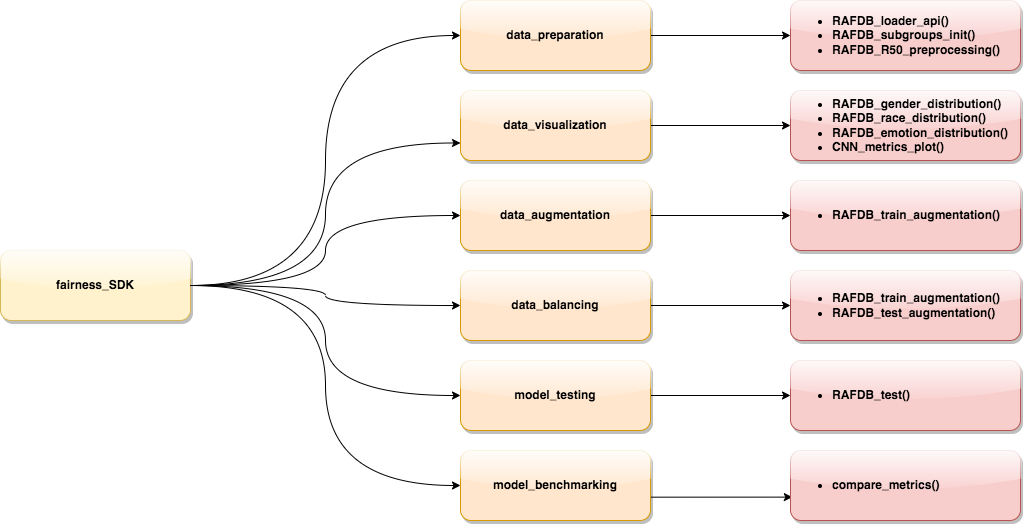
wajihmghazli/fairness_sdk keeps this draw.io diagram as fairness.png. Above is the earlier version. Source tidied: cells renumbered, new cells last; positions are measured from the earlier drawing's top-left corner, leaving out a move shared by most shapes.
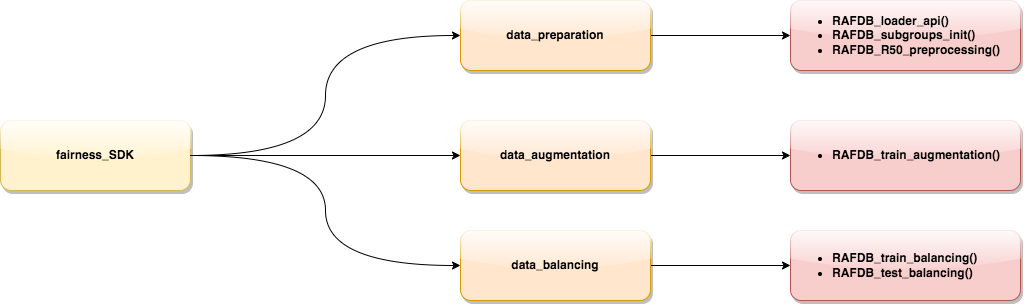
The same diagram one commit later.

Diff of the diagram source:
```diff
@@ -12,7 +12,7 @@
       <mxGeometry relative="1" as="geometry" />
     </mxCell>
     <mxCell id="5" value="&lt;b&gt;data_preparation&lt;/b&gt;" style="rounded=1;whiteSpace=wrap;html=1;fillColor=#ffe6cc;strokeColor=#d79b00;glass=1;shadow=1;" parent="1" vertex="1">
-      <mxGeometry x="460" width="190" height="70" as="geometry" />
+      <mxGeometry x="460" y="130" width="190" height="70" as="geometry" />
     </mxCell>
     <mxCell id="6" style="edgeStyle=orthogonalEdgeStyle;jettySize=auto;html=1;exitX=1;exitY=0.5;exitDx=0;exitDy=0;entryX=0;entryY=0.5;entryDx=0;entryDy=0;curved=1;" parent="1" edge="1" source="3" target="8">
       <mxGeometry relative="1" as="geometry" />
@@ -21,48 +21,17 @@
       <mxGeometry relative="1" as="geometry" />
     </mxCell>
     <mxCell id="8" value="&lt;b&gt;data_balancing&lt;/b&gt;" style="rounded=1;whiteSpace=wrap;html=1;fillColor=#ffe6cc;strokeColor=#d79b00;glass=1;shadow=1;" parent="1" vertex="1">
-      <mxGeometry x="460" y="270" width="190" height="70" as="geometry" />
+      <mxGeometry x="460" y="360" width="190" height="70" as="geometry" />
     </mxCell>
-    <mxCell id="9" style="edgeStyle=orthogonalEdgeStyle;jettySize=auto;html=1;exitX=1;exitY=0.5;exitDx=0;exitDy=0;entryX=0;entryY=0.5;entryDx=0;entryDy=0;curved=1;" parent="1" edge="1" source="3" target="11">
-      <mxGeometry relative="1" as="geometry" />
-    </mxCell>
-    <mxCell id="10" style="edgeStyle=orthogonalEdgeStyle;rounded=0;jettySize=auto;html=1;exitX=1;exitY=0.75;exitDx=0;exitDy=0;entryX=0.008;entryY=0.666;entryDx=0;entryDy=0;entryPerimeter=0;" parent="1" edge="1" source="11" target="17">
-      <mxGeometry relative="1" as="geometry">
-        <Array as="points">
-          <mxPoint x="650" y="497" />
-        </Array>
-      </mxGeometry>
-    </mxCell>
-    <mxCell id="11" value="&lt;b&gt;model_benchmarking&lt;/b&gt;" style="rounded=1;whiteSpace=wrap;html=1;fillColor=#ffe6cc;strokeColor=#d79b00;glass=1;shadow=1;" parent="1" vertex="1">
-      <mxGeometry x="460" y="450" width="190" height="70" as="geometry" />
-    </mxCell>
     <mxCell id="12" value="&lt;ul&gt;&lt;li&gt;&lt;b&gt;RAFDB_loader_api()&lt;/b&gt;&lt;/li&gt;&lt;li&gt;&lt;b&gt;RAFDB_subgroups_init()&lt;/b&gt;&lt;/li&gt;&lt;li&gt;&lt;b&gt;RAFDB_R50_preprocessing()&lt;/b&gt;&lt;/li&gt;&lt;/ul&gt;" style="rounded=1;whiteSpace=wrap;html=1;align=left;fillColor=#f8cecc;strokeColor=#b85450;glass=1;shadow=1;" parent="1" vertex="1">
-      <mxGeometry x="790" width="230" height="70" as="geometry" />
+      <mxGeometry x="790" y="130" width="230" height="70" as="geometry" />
     </mxCell>
-    <mxCell id="13" value="&lt;ul&gt;&lt;li&gt;&lt;b&gt;RAFDB_gender_distribution()&lt;/b&gt;&lt;/li&gt;&lt;li style=&quot;border-color: var(--border-color);&quot;&gt;&lt;b&gt;RAFDB_race_distribution()&lt;/b&gt;&lt;/li&gt;&lt;li style=&quot;border-color: var(--border-color);&quot;&gt;&lt;b&gt;RAFDB_emotion_distribution()&lt;/b&gt;&lt;/li&gt;&lt;li style=&quot;border-color: var(--border-color);&quot;&gt;&lt;b&gt;CNN_metrics_plot()&lt;/b&gt;&lt;/li&gt;&lt;/ul&gt;" style="rounded=1;whiteSpace=wrap;html=1;align=left;fillColor=#f8cecc;strokeColor=#b85450;glass=1;shadow=1;" parent="1" vertex="1">
-      <mxGeometry x="790" y="90" width="230" height="70" as="geometry" />
-    </mxCell>
     <mxCell id="14" value="&lt;ul&gt;&lt;li&gt;&lt;span style=&quot;background-color: initial;&quot;&gt;&lt;b&gt;RAFDB_train_augmentation()&lt;/b&gt;&lt;/span&gt;&lt;/li&gt;&lt;/ul&gt;" style="rounded=1;whiteSpace=wrap;html=1;align=left;fillColor=#f8cecc;strokeColor=#b85450;glass=1;shadow=1;" parent="1" vertex="1">
-      <mxGeometry x="790" y="180" width="230" height="70" as="geometry" />
+      <mxGeometry x="790" y="250" width="230" height="70" as="geometry" />
     </mxCell>
-    <mxCell id="15" value="&lt;ul&gt;&lt;li&gt;&lt;b&gt;RAFDB_train_augmentation()&lt;/b&gt;&lt;/li&gt;&lt;li&gt;&lt;b&gt;RAFDB_test_augmentation()&lt;/b&gt;&lt;/li&gt;&lt;/ul&gt;" style="rounded=1;whiteSpace=wrap;html=1;align=left;fillColor=#f8cecc;strokeColor=#b85450;glass=1;shadow=1;" parent="1" vertex="1">
-      <mxGeometry x="790" y="270" width="230" height="70" as="geometry" />
+    <mxCell id="15" value="&lt;ul&gt;&lt;li&gt;&lt;b&gt;RAFDB_train_balancing()&lt;/b&gt;&lt;/li&gt;&lt;li&gt;&lt;b&gt;RAFDB_test_balancing()&lt;/b&gt;&lt;/li&gt;&lt;/ul&gt;" style="rounded=1;whiteSpace=wrap;html=1;align=left;fillColor=#f8cecc;strokeColor=#b85450;glass=1;shadow=1;" parent="1" vertex="1">
+      <mxGeometry x="790" y="360" width="230" height="70" as="geometry" />
     </mxCell>
-    <mxCell id="16" value="&lt;ul&gt;&lt;li&gt;&lt;span style=&quot;background-color: initial;&quot;&gt;&lt;b&gt;RAFDB_test()&lt;/b&gt;&lt;/span&gt;&lt;br&gt;&lt;/li&gt;&lt;/ul&gt;" style="rounded=1;whiteSpace=wrap;html=1;align=left;fillColor=#f8cecc;strokeColor=#b85450;glass=1;shadow=1;" parent="1" vertex="1">
-      <mxGeometry x="790" y="360" width="230" height="70" as="geometry" />
-    </mxCell>
-    <mxCell id="17" value="&lt;ul&gt;&lt;li&gt;&lt;b&gt;compare_metrics()&lt;/b&gt;&lt;/li&gt;&lt;/ul&gt;" style="rounded=1;whiteSpace=wrap;html=1;align=left;fillColor=#f8cecc;strokeColor=#b85450;glass=1;shadow=1;" parent="1" vertex="1">
-      <mxGeometry x="790" y="450" width="230" height="70" as="geometry" />
-    </mxCell>
-    <mxCell id="18" style="edgeStyle=orthogonalEdgeStyle;jettySize=auto;html=1;exitX=1;exitY=0.5;exitDx=0;exitDy=0;entryX=0;entryY=0.75;entryDx=0;entryDy=0;curved=1;" parent="1" edge="1" source="3" target="20">
-      <mxGeometry relative="1" as="geometry" />
-    </mxCell>
-    <mxCell id="19" style="edgeStyle=orthogonalEdgeStyle;rounded=0;jettySize=auto;html=1;exitX=1;exitY=0.5;exitDx=0;exitDy=0;" parent="1" edge="1" source="20" target="13">
-      <mxGeometry relative="1" as="geometry" />
-    </mxCell>
-    <mxCell id="20" value="&lt;b&gt;data_visualization&lt;/b&gt;" style="rounded=1;whiteSpace=wrap;html=1;fillColor=#ffe6cc;strokeColor=#d79b00;glass=1;shadow=1;" parent="1" vertex="1">
-      <mxGeometry x="460" y="90" width="190" height="70" as="geometry" />
-    </mxCell>
     <mxCell id="21" style="edgeStyle=orthogonalEdgeStyle;jettySize=auto;html=1;exitX=1;exitY=0.5;exitDx=0;exitDy=0;entryX=0;entryY=0.5;entryDx=0;entryDy=0;curved=1;" parent="1" edge="1" source="3" target="23">
       <mxGeometry relative="1" as="geometry" />
     </mxCell>
@@ -70,16 +39,7 @@
       <mxGeometry relative="1" as="geometry" />
     </mxCell>
     <mxCell id="23" value="&lt;b&gt;data_augmentation&lt;/b&gt;" style="rounded=1;whiteSpace=wrap;html=1;fillColor=#ffe6cc;strokeColor=#d79b00;glass=1;shadow=1;" parent="1" vertex="1">
-      <mxGeometry x="460" y="180" width="190" height="70" as="geometry" />
+      <mxGeometry x="460" y="250" width="190" height="70" as="geometry" />
     </mxCell>
-    <mxCell id="24" style="edgeStyle=orthogonalEdgeStyle;jettySize=auto;html=1;exitX=1;exitY=0.5;exitDx=0;exitDy=0;entryX=0;entryY=0.5;entryDx=0;entryDy=0;curved=1;" parent="1" edge="1" source="3" target="26">
-      <mxGeometry relative="1" as="geometry" />
-    </mxCell>
-    <mxCell id="25" style="edgeStyle=orthogonalEdgeStyle;rounded=0;jettySize=auto;html=1;exitX=1;exitY=0.5;exitDx=0;exitDy=0;" parent="1" edge="1" source="26" target="16">
-      <mxGeometry relative="1" as="geometry" />
-    </mxCell>
-    <mxCell id="26" value="&lt;b&gt;model_testing&lt;/b&gt;" style="rounded=1;whiteSpace=wrap;html=1;fillColor=#ffe6cc;strokeColor=#d79b00;glass=1;shadow=1;" parent="1" vertex="1">
-      <mxGeometry x="460" y="360" width="190" height="70" as="geometry" />
-    </mxCell>
   </root>
 </mxGraphModel>
```
